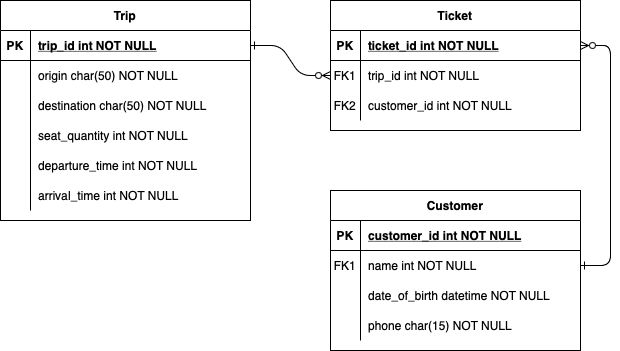
Above: images/ERD.drawio.png in trantienduat/MSE26-Python-assignment-group6 (draw.io), before the change. Source tidied: cells renumbered, new cells last; positions are measured from the earlier drawing's top-left corner, leaving out a move shared by most shapes.
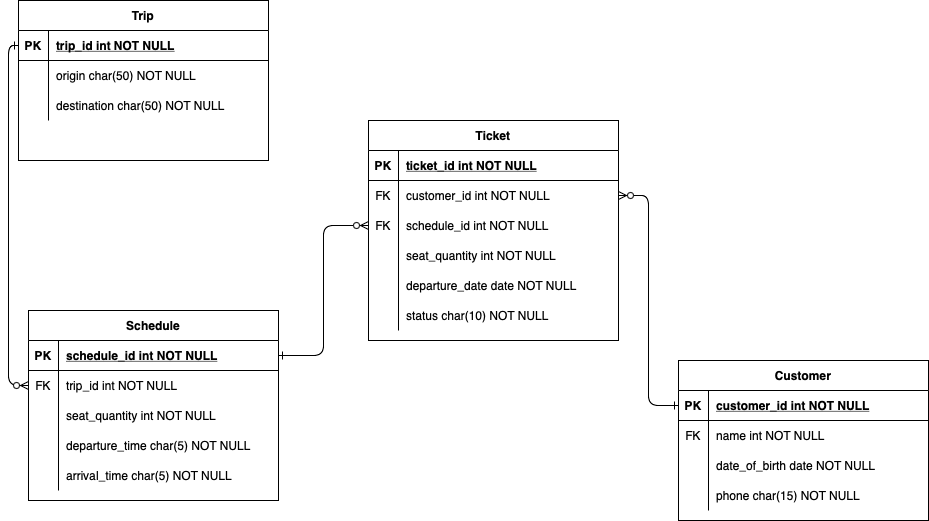
Above is the later version.

The edit, as a diff of the source:
```diff
@@ -2,14 +2,14 @@
   <root>
     <mxCell id="0" />
     <mxCell id="1" parent="0" />
-    <mxCell id="2" style="edgeStyle=entityRelationEdgeStyle;endArrow=ERzeroToMany;startArrow=ERone;endFill=1;startFill=0;" parent="1" edge="1" source="28" target="8">
+    <mxCell id="2" style="edgeStyle=orthogonalEdgeStyle;endArrow=ERzeroToMany;startArrow=ERone;endFill=1;startFill=0;exitX=0;exitY=0.5;exitDx=0;exitDy=0;entryX=0;entryY=0.5;entryDx=0;entryDy=0;" parent="1" edge="1" source="28" target="8">
       <mxGeometry relative="1" as="geometry" />
     </mxCell>
-    <mxCell id="3" style="edgeStyle=entityRelationEdgeStyle;endArrow=ERone;startArrow=ERzeroToMany;endFill=0;startFill=0;" parent="1" edge="1" source="5" target="18">
+    <mxCell id="3" style="edgeStyle=entityRelationEdgeStyle;endArrow=ERone;startArrow=ERzeroToMany;endFill=0;startFill=0;exitX=1;exitY=0.5;exitDx=0;exitDy=0;entryX=0;entryY=0.5;entryDx=0;entryDy=0;" parent="1" edge="1" source="11" target="15">
       <mxGeometry relative="1" as="geometry" />
     </mxCell>
     <mxCell id="4" value="Ticket" style="shape=table;startSize=30;rowLines=0;fontStyle=1;align=center;" parent="1" vertex="1">
-      <mxGeometry x="330" width="250" height="130" as="geometry" />
+      <mxGeometry x="300" width="250" height="220" as="geometry" />
     </mxCell>
     <mxCell id="5" style="shape=partialRectangle;fillColor=none;points=[[0,0.5],[1,0.5]];portConstraint=eastwest;top=0;left=0;right=0;bottom=1;" parent="4" vertex="1">
       <mxGeometry y="30" width="250" height="30" as="geometry" />
@@ -20,26 +20,53 @@
     <mxCell id="7" value="ticket_id int NOT NULL " style="shape=partialRectangle;overflow=hidden;fillColor=none;top=0;left=0;bottom=0;right=0;align=left;spacingLeft=6;fontStyle=5;" parent="5" vertex="1">
       <mxGeometry x="30" width="220" height="30" as="geometry" />
     </mxCell>
-    <mxCell id="8" style="shape=partialRectangle;fillColor=none;points=[[0,0.5],[1,0.5]];portConstraint=eastwest;top=0;left=0;right=0;bottom=0;" parent="4" vertex="1">
-      <mxGeometry y="60" width="250" height="30" as="geometry" />
-    </mxCell>
-    <mxCell id="9" value="FK1" style="shape=partialRectangle;overflow=hidden;fillColor=none;top=0;left=0;bottom=0;right=0;" parent="8" vertex="1">
-      <mxGeometry width="30" height="30" as="geometry" />
-    </mxCell>
-    <mxCell id="10" value="trip_id int NOT NULL" style="shape=partialRectangle;overflow=hidden;fillColor=none;top=0;left=0;bottom=0;right=0;align=left;spacingLeft=6;" parent="8" vertex="1">
-      <mxGeometry x="30" width="220" height="30" as="geometry" />
-    </mxCell>
     <mxCell id="11" style="shape=partialRectangle;fillColor=none;points=[[0,0.5],[1,0.5]];portConstraint=eastwest;top=0;left=0;right=0;bottom=0;" parent="4" vertex="1">
-      <mxGeometry y="90" width="250" height="30" as="geometry" />
+      <mxGeometry y="60" width="250" height="30" as="geometry" />
     </mxCell>
-    <mxCell id="12" value="FK2" style="shape=partialRectangle;overflow=hidden;fillColor=none;top=0;left=0;bottom=0;right=0;" parent="11" vertex="1">
+    <mxCell id="12" value="FK" style="shape=partialRectangle;overflow=hidden;fillColor=none;top=0;left=0;bottom=0;right=0;" parent="11" vertex="1">
       <mxGeometry width="30" height="30" as="geometry" />
     </mxCell>
     <mxCell id="13" value="customer_id int NOT NULL" style="shape=partialRectangle;overflow=hidden;fillColor=none;top=0;left=0;bottom=0;right=0;align=left;spacingLeft=6;" parent="11" vertex="1">
       <mxGeometry x="30" width="220" height="30" as="geometry" />
     </mxCell>
+    <mxCell id="46" style="shape=partialRectangle;fillColor=none;points=[[0,0.5],[1,0.5]];portConstraint=eastwest;top=0;left=0;right=0;bottom=0;" parent="4" vertex="1">
+      <mxGeometry y="90" width="250" height="30" as="geometry" />
+    </mxCell>
+    <mxCell id="47" value="FK" style="shape=partialRectangle;overflow=hidden;fillColor=none;top=0;left=0;bottom=0;right=0;" parent="46" vertex="1">
+      <mxGeometry width="30" height="30" as="geometry" />
+    </mxCell>
+    <mxCell id="48" value="schedule_id int NOT NULL" style="shape=partialRectangle;overflow=hidden;fillColor=none;top=0;left=0;bottom=0;right=0;align=left;spacingLeft=6;" parent="46" vertex="1">
+      <mxGeometry x="30" width="220" height="30" as="geometry" />
+    </mxCell>
+    <mxCell id="49" style="shape=partialRectangle;fillColor=none;top=0;left=0;right=0;bottom=0;" parent="4" vertex="1">
+      <mxGeometry y="120" width="250" height="30" as="geometry" />
+    </mxCell>
+    <mxCell id="50" style="shape=partialRectangle;overflow=hidden;fillColor=none;top=0;left=0;bottom=0;right=0;" parent="49" vertex="1">
+      <mxGeometry width="30" height="30" as="geometry" />
+    </mxCell>
+    <mxCell id="51" value="seat_quantity int NOT NULL" style="shape=partialRectangle;overflow=hidden;fillColor=none;top=0;left=0;bottom=0;right=0;align=left;spacingLeft=6;" parent="49" vertex="1">
+      <mxGeometry x="30" width="220" height="30" as="geometry" />
+    </mxCell>
+    <mxCell id="52" style="shape=partialRectangle;fillColor=none;top=0;left=0;right=0;bottom=0;" parent="4" vertex="1">
+      <mxGeometry y="150" width="250" height="30" as="geometry" />
+    </mxCell>
+    <mxCell id="53" style="shape=partialRectangle;overflow=hidden;fillColor=none;top=0;left=0;bottom=0;right=0;" parent="52" vertex="1">
+      <mxGeometry width="30" height="30" as="geometry" />
+    </mxCell>
+    <mxCell id="54" value="departure_date date NOT NULL" style="shape=partialRectangle;overflow=hidden;fillColor=none;top=0;left=0;bottom=0;right=0;align=left;spacingLeft=6;" parent="52" vertex="1">
+      <mxGeometry x="30" width="220" height="30" as="geometry" />
+    </mxCell>
+    <mxCell id="43" style="shape=partialRectangle;fillColor=none;top=0;left=0;right=0;bottom=0;" parent="4" vertex="1">
+      <mxGeometry y="180" width="250" height="30" as="geometry" />
+    </mxCell>
+    <mxCell id="55" style="shape=partialRectangle;overflow=hidden;fillColor=none;top=0;left=0;bottom=0;right=0;" parent="43" vertex="1">
+      <mxGeometry width="30" height="30" as="geometry" />
+    </mxCell>
+    <mxCell id="56" value="status char(10) NOT NULL" style="shape=partialRectangle;overflow=hidden;fillColor=none;top=0;left=0;bottom=0;right=0;align=left;spacingLeft=6;" parent="43" vertex="1">
+      <mxGeometry x="30" width="220" height="30" as="geometry" />
+    </mxCell>
     <mxCell id="14" value="Customer" style="shape=table;startSize=30;rowLines=0;fontStyle=1;align=center;" parent="1" vertex="1">
-      <mxGeometry x="330" y="190" width="250" height="160" as="geometry" />
+      <mxGeometry x="610" y="240" width="250" height="160" as="geometry" />
     </mxCell>
     <mxCell id="15" style="shape=partialRectangle;fillColor=none;points=[[0,0.5],[1,0.5]];portConstraint=eastwest;top=0;left=0;right=0;bottom=1;" parent="14" vertex="1">
       <mxGeometry y="30" width="250" height="30" as="geometry" />
@@ -53,7 +80,7 @@
     <mxCell id="18" style="shape=partialRectangle;fillColor=none;points=[[0,0.5],[1,0.5]];portConstraint=eastwest;top=0;left=0;right=0;bottom=0;" parent="14" vertex="1">
       <mxGeometry y="60" width="250" height="30" as="geometry" />
     </mxCell>
-    <mxCell id="19" value="FK1" style="shape=partialRectangle;overflow=hidden;fillColor=none;top=0;left=0;bottom=0;right=0;" parent="18" vertex="1">
+    <mxCell id="19" value="FK" style="shape=partialRectangle;overflow=hidden;fillColor=none;top=0;left=0;bottom=0;right=0;" parent="18" vertex="1">
       <mxGeometry width="30" height="30" as="geometry" />
     </mxCell>
     <mxCell id="20" value="name int NOT NULL" style="shape=partialRectangle;overflow=hidden;fillColor=none;top=0;left=0;bottom=0;right=0;align=left;spacingLeft=6;" parent="18" vertex="1">
@@ -65,7 +92,7 @@
     <mxCell id="22" style="shape=partialRectangle;overflow=hidden;fillColor=none;top=0;left=0;bottom=0;right=0;" parent="21" vertex="1">
       <mxGeometry width="30" height="30" as="geometry" />
     </mxCell>
-    <mxCell id="23" value="date_of_birth datetime NOT NULL" style="shape=partialRectangle;overflow=hidden;fillColor=none;top=0;left=0;bottom=0;right=0;align=left;spacingLeft=6;" parent="21" vertex="1">
+    <mxCell id="23" value="date_of_birth date NOT NULL" style="shape=partialRectangle;overflow=hidden;fillColor=none;top=0;left=0;bottom=0;right=0;align=left;spacingLeft=6;" parent="21" vertex="1">
       <mxGeometry x="30" width="220" height="30" as="geometry" />
     </mxCell>
     <mxCell id="24" style="shape=partialRectangle;fillColor=none;top=0;left=0;right=0;bottom=0;" parent="14" vertex="1">
@@ -78,7 +105,7 @@
       <mxGeometry x="30" width="220" height="30" as="geometry" />
     </mxCell>
     <mxCell id="27" value="Trip" style="shape=table;startSize=30;rowLines=0;fontStyle=1;align=center;" parent="1" vertex="1">
-      <mxGeometry width="250" height="220" as="geometry" />
+      <mxGeometry x="-50" y="-120" width="250" height="160" as="geometry" />
     </mxCell>
     <mxCell id="28" style="shape=partialRectangle;fillColor=none;points=[[0,0.5],[1,0.5]];portConstraint=eastwest;top=0;left=0;right=0;bottom=1;" parent="27" vertex="1">
       <mxGeometry y="30" width="250" height="30" as="geometry" />
@@ -107,32 +134,56 @@
     <mxCell id="36" value="destination char(50) NOT NULL" style="shape=partialRectangle;overflow=hidden;fillColor=none;top=0;left=0;bottom=0;right=0;align=left;spacingLeft=6;" parent="34" vertex="1">
       <mxGeometry x="30" width="220" height="30" as="geometry" />
     </mxCell>
-    <mxCell id="37" style="shape=partialRectangle;fillColor=none;top=0;left=0;right=0;bottom=0;" parent="27" vertex="1">
-      <mxGeometry y="120" width="250" height="30" as="geometry" />
-    </mxCell>
-    <mxCell id="38" style="shape=partialRectangle;overflow=hidden;fillColor=none;top=0;left=0;bottom=0;right=0;" parent="37" vertex="1">
-      <mxGeometry width="30" height="30" as="geometry" />
-    </mxCell>
-    <mxCell id="39" value="seat_quantity int NOT NULL" style="shape=partialRectangle;overflow=hidden;fillColor=none;top=0;left=0;bottom=0;right=0;align=left;spacingLeft=6;" parent="37" vertex="1">
-      <mxGeometry x="30" width="220" height="30" as="geometry" />
-    </mxCell>
-    <mxCell id="40" style="shape=partialRectangle;fillColor=none;top=0;left=0;right=0;bottom=0;" parent="27" vertex="1">
-      <mxGeometry y="150" width="250" height="30" as="geometry" />
-    </mxCell>
-    <mxCell id="41" style="shape=partialRectangle;overflow=hidden;fillColor=none;top=0;left=0;bottom=0;right=0;" parent="40" vertex="1">
-      <mxGeometry width="30" height="30" as="geometry" />
-    </mxCell>
-    <mxCell id="42" value="departure_time int NOT NULL" style="shape=partialRectangle;overflow=hidden;fillColor=none;top=0;left=0;bottom=0;right=0;align=left;spacingLeft=6;" parent="40" vertex="1">
-      <mxGeometry x="30" width="220" height="30" as="geometry" />
-    </mxCell>
-    <mxCell id="43" style="shape=partialRectangle;fillColor=none;top=0;left=0;right=0;bottom=0;" parent="27" vertex="1">
-      <mxGeometry y="180" width="250" height="30" as="geometry" />
-    </mxCell>
-    <mxCell id="44" style="shape=partialRectangle;overflow=hidden;fillColor=none;top=0;left=0;bottom=0;right=0;" parent="43" vertex="1">
-      <mxGeometry width="30" height="30" as="geometry" />
-    </mxCell>
-    <mxCell id="45" value="arrival_time int NOT NULL" style="shape=partialRectangle;overflow=hidden;fillColor=none;top=0;left=0;bottom=0;right=0;align=left;spacingLeft=6;" parent="43" vertex="1">
-      <mxGeometry x="30" width="220" height="30" as="geometry" />
-    </mxCell>
+    <mxCell id="57" value="Schedule" style="shape=table;startSize=30;rowLines=0;fontStyle=1;align=center;" parent="1" vertex="1">
+      <mxGeometry x="-40" y="190" width="250" height="190" as="geometry" />
+    </mxCell>
+    <mxCell id="58" style="shape=partialRectangle;fillColor=none;points=[[0,0.5],[1,0.5]];portConstraint=eastwest;top=0;left=0;right=0;bottom=1;" parent="57" vertex="1">
+      <mxGeometry y="30" width="250" height="30" as="geometry" />
+    </mxCell>
+    <mxCell id="59" value="PK" style="shape=partialRectangle;overflow=hidden;fillColor=none;top=0;left=0;bottom=0;right=0;fontStyle=1;" parent="58" vertex="1">
+      <mxGeometry width="30" height="30" as="geometry" />
+    </mxCell>
+    <mxCell id="60" value="schedule_id int NOT NULL " style="shape=partialRectangle;overflow=hidden;fillColor=none;top=0;left=0;bottom=0;right=0;align=left;spacingLeft=6;fontStyle=5;" parent="58" vertex="1">
+      <mxGeometry x="30" width="220" height="30" as="geometry" />
+    </mxCell>
+    <mxCell id="8" style="shape=partialRectangle;fillColor=none;points=[[0,0.5],[1,0.5]];portConstraint=eastwest;top=0;left=0;right=0;bottom=0;" parent="57" vertex="1">
+      <mxGeometry y="60" width="250" height="30" as="geometry" />
+    </mxCell>
+    <mxCell id="61" value="FK" style="shape=partialRectangle;overflow=hidden;fillColor=none;top=0;left=0;bottom=0;right=0;" parent="8" vertex="1">
+      <mxGeometry width="30" height="30" as="geometry" />
+    </mxCell>
+    <mxCell id="10" value="trip_id int NOT NULL" style="shape=partialRectangle;overflow=hidden;fillColor=none;top=0;left=0;bottom=0;right=0;align=left;spacingLeft=6;" parent="8" vertex="1">
+      <mxGeometry x="30" width="220" height="30" as="geometry" />
+    </mxCell>
+    <mxCell id="62" style="shape=partialRectangle;fillColor=none;top=0;left=0;right=0;bottom=0;" parent="57" vertex="1">
+      <mxGeometry y="90" width="250" height="30" as="geometry" />
+    </mxCell>
+    <mxCell id="63" style="shape=partialRectangle;overflow=hidden;fillColor=none;top=0;left=0;bottom=0;right=0;" parent="62" vertex="1">
+      <mxGeometry width="30" height="30" as="geometry" />
+    </mxCell>
+    <mxCell id="64" value="seat_quantity int NOT NULL" style="shape=partialRectangle;overflow=hidden;fillColor=none;top=0;left=0;bottom=0;right=0;align=left;spacingLeft=6;" parent="62" vertex="1">
+      <mxGeometry x="30" width="220" height="30" as="geometry" />
+    </mxCell>
+    <mxCell id="65" style="shape=partialRectangle;fillColor=none;top=0;left=0;right=0;bottom=0;" parent="57" vertex="1">
+      <mxGeometry y="120" width="250" height="30" as="geometry" />
+    </mxCell>
+    <mxCell id="66" style="shape=partialRectangle;overflow=hidden;fillColor=none;top=0;left=0;bottom=0;right=0;" parent="65" vertex="1">
+      <mxGeometry width="30" height="30" as="geometry" />
+    </mxCell>
+    <mxCell id="67" value="departure_time char(5) NOT NULL" style="shape=partialRectangle;overflow=hidden;fillColor=none;top=0;left=0;bottom=0;right=0;align=left;spacingLeft=6;" parent="65" vertex="1">
+      <mxGeometry x="30" width="220" height="30" as="geometry" />
+    </mxCell>
+    <mxCell id="68" style="shape=partialRectangle;fillColor=none;top=0;left=0;right=0;bottom=0;" parent="57" vertex="1">
+      <mxGeometry y="150" width="250" height="30" as="geometry" />
+    </mxCell>
+    <mxCell id="69" style="shape=partialRectangle;overflow=hidden;fillColor=none;top=0;left=0;bottom=0;right=0;" parent="68" vertex="1">
+      <mxGeometry width="30" height="30" as="geometry" />
+    </mxCell>
+    <mxCell id="70" value="arrival_time char(5) NOT NULL" style="shape=partialRectangle;overflow=hidden;fillColor=none;top=0;left=0;bottom=0;right=0;align=left;spacingLeft=6;" parent="68" vertex="1">
+      <mxGeometry x="30" width="220" height="30" as="geometry" />
+    </mxCell>
+    <mxCell id="71" style="edgeStyle=orthogonalEdgeStyle;rounded=1;jettySize=auto;html=1;startArrow=ERone;startFill=0;endArrow=ERzeroToMany;endFill=0;exitX=1;exitY=0.5;exitDx=0;exitDy=0;entryX=0;entryY=0.5;entryDx=0;entryDy=0;curved=0;" parent="1" edge="1" source="58" target="46">
+      <mxGeometry relative="1" as="geometry" />
+    </mxCell>
   </root>
 </mxGraphModel>
```
